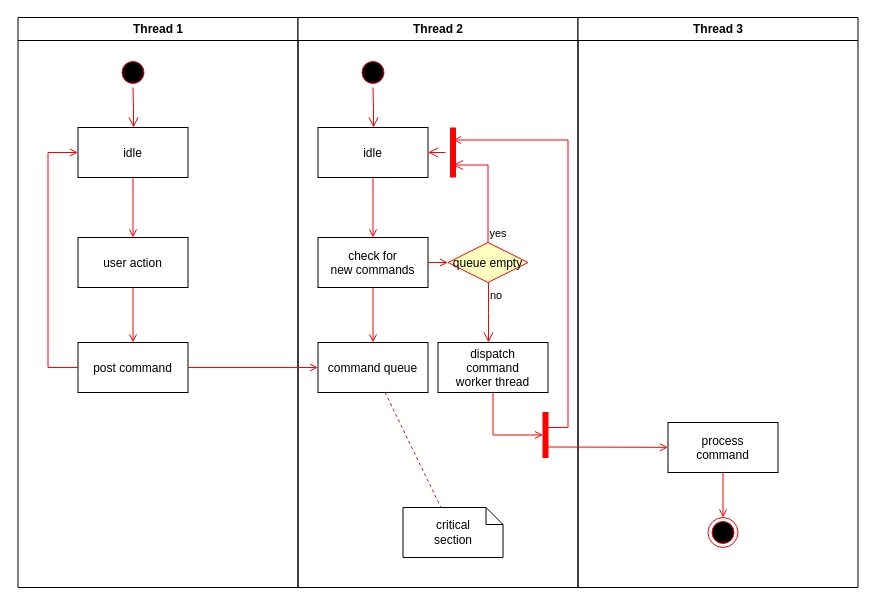
Before: 奇门应用时序图-1.drawio in china-xs/kratos-study, a draw.io diagram. Source tidied: cells renumbered, new cells numbered last; positions are measured from the earlier drawing's top-left corner, leaving out a move shared by most shapes. Both pictures are drawn from the tidied source at 100%, with x=0, y=0 at pixel (17, 17).
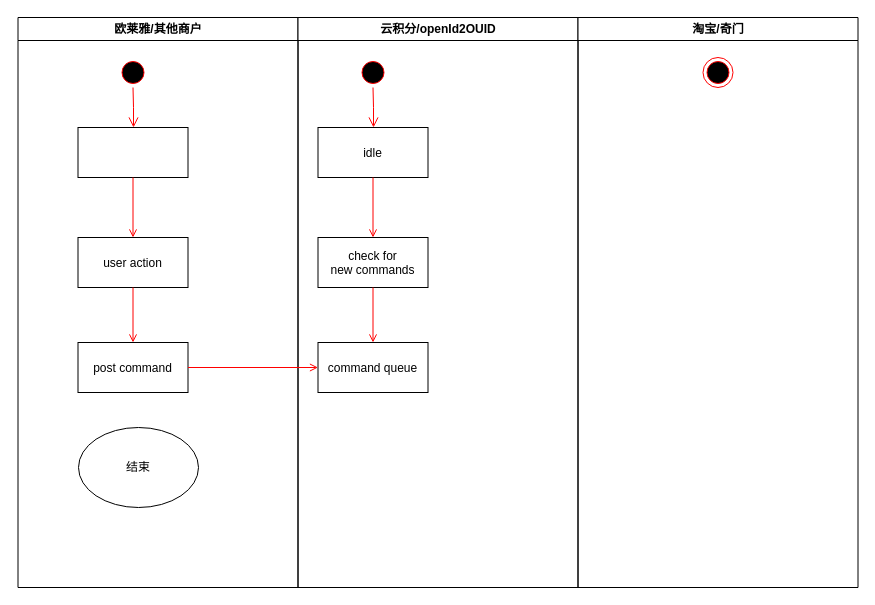
The same diagram, later.

Commit message:
奇门应用时序图-1.drawio

The change refers to these unchanged cells:
```xml
<mxCell id="8" value="post command" parent="2" vertex="1">
  <mxGeometry x="60" y="325" width="110" height="50" as="geometry" />
</mxCell>
<mxCell id="14" value="idle" parent="11" vertex="1">
  <mxGeometry x="20" y="110" width="110" height="50" as="geometry" />
</mxCell>
<mxCell id="15" value="check for &#10;new commands" parent="11" vertex="1">
  <mxGeometry x="20" y="220" width="110" height="50" as="geometry" />
</mxCell>
<mxCell id="17" value="command queue" parent="11" vertex="1">
  <mxGeometry x="20" y="325" width="110" height="50" as="geometry" />
</mxCell>
```

Change to the diagram source:
```diff
@@
-    <mxCell id="2" value="Thread 1" style="swimlane;whiteSpace=wrap;" parent="1" vertex="1">
+    <mxCell id="2" value="欧莱雅/其他商户" style="swimlane;whiteSpace=wrap;" parent="1" vertex="1">
       <mxGeometry x="0.5" width="280" height="570" as="geometry" />
     </mxCell>
@@
-    <mxCell id="5" value="idle" parent="2" vertex="1">
+    <mxCell id="5" value=" " parent="2" vertex="1">
       <mxGeometry x="60" y="110" width="110" height="50" as="geometry" />
     </mxCell>
@@
-    <mxCell id="10" style="edgeStyle=elbowEdgeStyle;elbow=horizontal;strokeColor=#FF0000;endArrow=open;endFill=1;rounded=0;" parent="2" edge="1" source="8" target="5">
-      <mxGeometry relative="1" as="geometry">
-        <Array as="points">
-          <mxPoint x="30" y="250" />
-        </Array>
-      </mxGeometry>
-    </mxCell>
+    <mxCell id="37" value="结束" style="ellipse;whiteSpace=wrap;html=1;" parent="2" vertex="1">
+      <mxGeometry x="60.5" y="410" width="120" height="80" as="geometry" />
+    </mxCell>
-    <mxCell id="11" value="Thread 2" style="swimlane;whiteSpace=wrap;" parent="1" vertex="1">
+    <mxCell id="11" value="云积分/openId2OUID" style="swimlane;whiteSpace=wrap;" parent="1" vertex="1">
       <mxGeometry x="280.5" width="280" height="570" as="geometry" />
     </mxCell>
@@
-    <mxCell id="19" value="queue empty" style="rhombus;fillColor=#ffffc0;strokeColor=#ff0000;" parent="11" vertex="1">
-      <mxGeometry x="150" y="225" width="80" height="40" as="geometry" />
-    </mxCell>
-    <mxCell id="20" value="yes" style="edgeStyle=elbowEdgeStyle;elbow=horizontal;align=left;verticalAlign=bottom;endArrow=open;endSize=8;strokeColor=#FF0000;exitX=0.5;exitY=0;endFill=1;rounded=0;entryX=0.75;entryY=0.5;entryPerimeter=0;" parent="11" edge="1" source="19" target="23">
-      <mxGeometry x="-1" relative="1" as="geometry">
-        <Array as="points">
-          <mxPoint x="190" y="180" />
-        </Array>
-      </mxGeometry>
-    </mxCell>
-    <mxCell id="21" value="no" style="edgeStyle=elbowEdgeStyle;elbow=horizontal;align=left;verticalAlign=top;endArrow=open;endSize=8;strokeColor=#FF0000;endFill=1;rounded=0;" parent="11" edge="1" source="19" target="25">
-      <mxGeometry x="-1" relative="1" as="geometry" />
-    </mxCell>
-    <mxCell id="22" style="endArrow=open;strokeColor=#FF0000;endFill=1;rounded=0;" parent="11" edge="1" source="15" target="19">
-      <mxGeometry relative="1" as="geometry" />
-    </mxCell>
-    <mxCell id="23" style="shape=line;strokeWidth=6;strokeColor=#ff0000;rotation=90;" parent="11" vertex="1">
-      <mxGeometry x="130" y="127.5" width="50" height="15" as="geometry" />
-    </mxCell>
-    <mxCell id="24" style="edgeStyle=elbowEdgeStyle;elbow=horizontal;verticalAlign=bottom;endArrow=open;endSize=8;strokeColor=#FF0000;endFill=1;rounded=0;" parent="11" edge="1" source="23" target="14">
-      <mxGeometry x="130" y="90" as="geometry" />
-    </mxCell>
-    <mxCell id="25" value="dispatch&#10;command&#10;worker thread" parent="11" vertex="1">
-      <mxGeometry x="140" y="325" width="110" height="50" as="geometry" />
-    </mxCell>
-    <mxCell id="26" value="critical&#10;section" style="shape=note;whiteSpace=wrap;size=17;" parent="11" vertex="1">
-      <mxGeometry x="105" y="490" width="100" height="50" as="geometry" />
-    </mxCell>
-    <mxCell id="27" style="endArrow=none;strokeColor=#FF0000;endFill=0;rounded=0;dashed=1;" parent="11" edge="1" source="17" target="26">
-      <mxGeometry relative="1" as="geometry" />
-    </mxCell>
-    <mxCell id="28" style="whiteSpace=wrap;strokeColor=#FF0000;fillColor=#FF0000;" parent="11" vertex="1">
-      <mxGeometry x="245" y="395" width="5" height="45" as="geometry" />
-    </mxCell>
-    <mxCell id="29" style="edgeStyle=elbowEdgeStyle;elbow=horizontal;entryX=0;entryY=0.5;strokeColor=#FF0000;endArrow=open;endFill=1;rounded=0;" parent="11" edge="1" source="25" target="28">
-      <mxGeometry relative="1" as="geometry">
-        <Array as="points">
-          <mxPoint x="195" y="400" />
-        </Array>
-      </mxGeometry>
-    </mxCell>
-    <mxCell id="30" value="Thread 3" style="swimlane;whiteSpace=wrap;" parent="1" vertex="1">
+    <mxCell id="30" value="淘宝/奇门" style="swimlane;whiteSpace=wrap;" parent="1" vertex="1">
       <mxGeometry x="560.5" width="280" height="570" as="geometry" />
     </mxCell>
-    <mxCell id="31" value="process&#10;command" parent="30" vertex="1">
-      <mxGeometry x="90" y="405" width="110" height="50" as="geometry" />
-    </mxCell>
-    <mxCell id="32" style="edgeStyle=elbowEdgeStyle;elbow=horizontal;strokeColor=#FF0000;endArrow=open;endFill=1;rounded=0;entryX=0.25;entryY=0.5;entryPerimeter=0;" parent="30" edge="1" target="23">
-      <mxGeometry relative="1" as="geometry">
-        <mxPoint x="-30" y="410" as="sourcePoint" />
-        <Array as="points">
-          <mxPoint x="-10" y="135" />
-        </Array>
-      </mxGeometry>
-    </mxCell>
-    <mxCell id="33" style="edgeStyle=none;strokeColor=#FF0000;endArrow=open;endFill=1;rounded=0;" parent="30" edge="1" target="31">
-      <mxGeometry relative="1" as="geometry">
-        <mxPoint x="-30" y="429.5" as="sourcePoint" />
-      </mxGeometry>
-    </mxCell>
     <mxCell id="34" style="ellipse;shape=endState;fillColor=#000000;strokeColor=#ff0000;" parent="30" vertex="1">
-      <mxGeometry x="130" y="500" width="30" height="30" as="geometry" />
+      <mxGeometry x="125" y="40" width="30" height="30" as="geometry" />
     </mxCell>
-    <mxCell id="35" style="endArrow=open;strokeColor=#FF0000;endFill=1;rounded=0;" parent="30" edge="1" source="31" target="34">
-      <mxGeometry relative="1" as="geometry" />
-    </mxCell>
```
